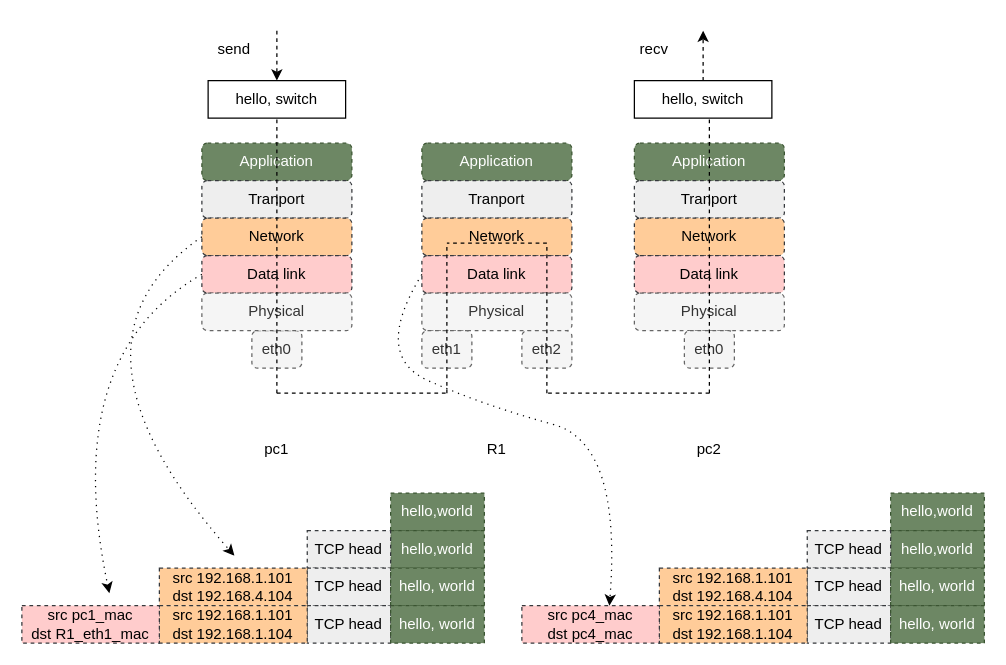
Earlier version of the draw.io diagram page "router-packet-stream" (6 of 13) of network_trainning.drawio (garryfan2013/network_trainning). Source tidied: cells renumbered, new cells numbered last; positions are measured from the earlier drawing's top-left corner, leaving out a move shared by most shapes. Both pictures are drawn from the tidied source at 125%, with x=0, y=0 at pixel (21, 30).
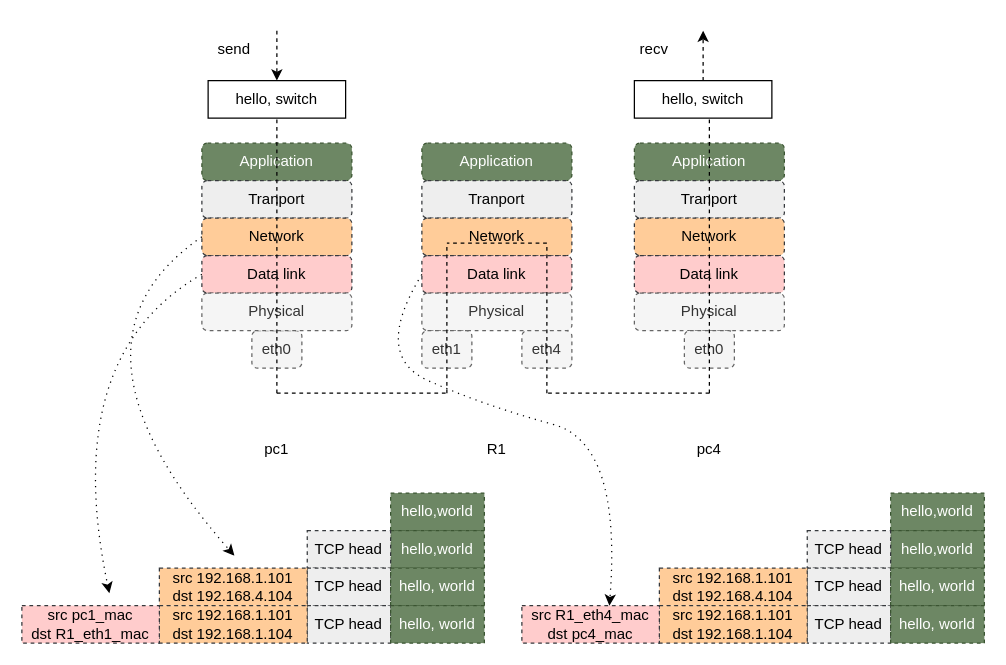
Above is the later version.

Unchanged cells that the change refers to:
```xml
<mxCell id="51" style="group;" parent="1" vertex="1">
  <mxGeometry x="400" y="370" width="370" height="120" as="geometry" />
</mxCell>
```

Change to the diagram source:
```diff
@@
-    <mxCell id="24" value="eth2" style="rounded=1;whiteSpace=wrap;html=1;dashed=1;strokeColor=#666666;fillColor=#f5f5f5;fontColor=#333333;" parent="1" vertex="1">
+    <mxCell id="24" value="eth4" style="rounded=1;whiteSpace=wrap;html=1;dashed=1;strokeColor=#666666;fillColor=#f5f5f5;fontColor=#333333;" parent="1" vertex="1">
       <mxGeometry x="400" y="240" width="40" height="30" as="geometry" />
     </mxCell>
@@
-    <mxCell id="39" value="pc2" style="text;html=1;strokeColor=none;fillColor=none;align=center;verticalAlign=middle;whiteSpace=wrap;rounded=0;dashed=1;" parent="1" vertex="1">
+    <mxCell id="39" value="pc4" style="text;html=1;strokeColor=none;fillColor=none;align=center;verticalAlign=middle;whiteSpace=wrap;rounded=0;dashed=1;" parent="1" vertex="1">
       <mxGeometry x="520" y="320" width="60" height="30" as="geometry" />
     </mxCell>
@@
-    <mxCell id="61" value="src pc4_mac&lt;br&gt;dst pc4_mac" style="rounded=0;whiteSpace=wrap;html=1;dashed=1;strokeColor=#36393d;fillColor=#ffcccc;" parent="51" vertex="1">
+    <mxCell id="61" value="src R1_eth4_mac&lt;br&gt;dst pc4_mac" style="rounded=0;whiteSpace=wrap;html=1;dashed=1;strokeColor=#36393d;fillColor=#ffcccc;" parent="51" vertex="1">
       <mxGeometry y="90" width="110" height="30" as="geometry" />
     </mxCell>
```
